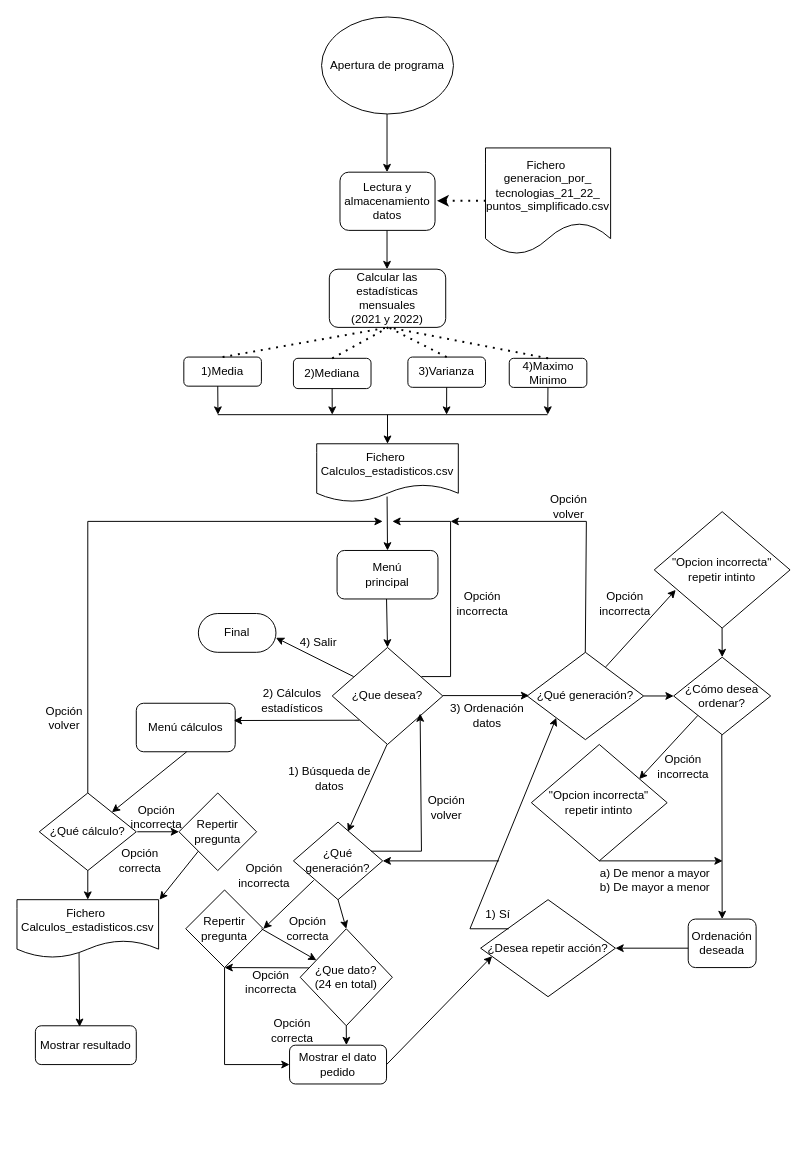
aigora/tw_E10X_2022_2023-la_resistencia keeps this draw.io diagram as Diagramas de flujo/Diagrama de flujo.drawio. Above is the earlier version. Source tidied: cells renumbered, new cells numbered last; positions are measured from the earlier drawing's top-left corner, leaving out a move shared by most shapes. Both pictures are drawn from the tidied source at 97%, with x=0, y=0 at pixel (16, 16).
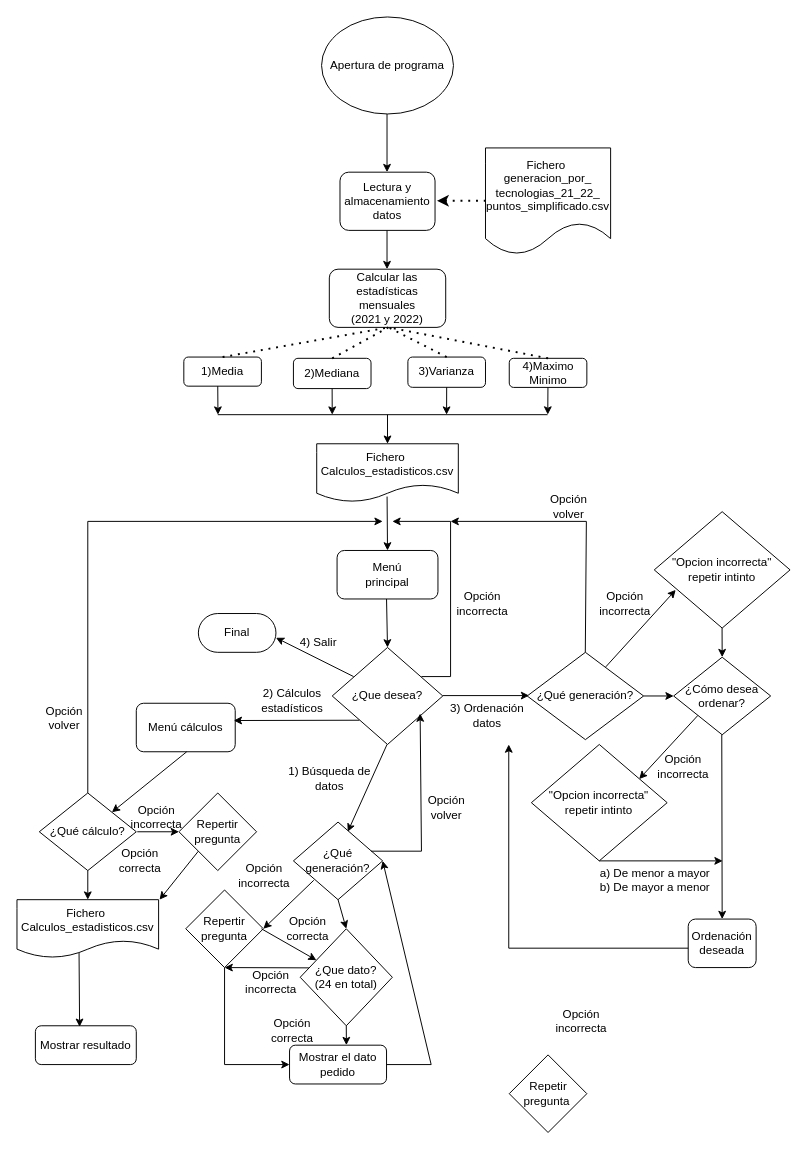
The same diagram, later.

Unchanged cells that the change refers to:
```xml
<mxCell id="13" value="¿Qué generación?" style="rhombus;whiteSpace=wrap;html=1;" parent="1" vertex="1">
  <mxGeometry x="526" y="655" width="120" height="90" as="geometry" />
</mxCell>
<mxCell id="57" value="¿Qué generación?" style="rhombus;whiteSpace=wrap;html=1;" parent="1" vertex="1">
  <mxGeometry x="285" y="830" width="92" height="80" as="geometry" />
</mxCell>
```

What changed in the source:
```diff
@@
-    <mxCell id="10" value="¿Desea repetir acción?" style="rhombus;whiteSpace=wrap;html=1;" parent="1" vertex="1">
-      <mxGeometry x="478" y="910" width="139" height="100" as="geometry" />
-    </mxCell>
@@
-    <mxCell id="52" style="endArrow=classic;html=1;rounded=0;entryX=1;entryY=0.5;entryDx=0;entryDy=0;" parent="1" edge="1" target="10">
+    <mxCell id="52" style="endArrow=classic;html=1;rounded=0;" parent="1" edge="1">
       <mxGeometry relative="1" as="geometry">
         <mxPoint x="692" y="960" as="sourcePoint" />
+        <mxPoint x="507" y="750" as="targetPoint" />
+        <Array as="points">
+          <mxPoint x="507" y="960" />
+        </Array>
       </mxGeometry>
     </mxCell>
-    <mxCell id="53" style="endArrow=classic;html=1;rounded=0;entryX=0;entryY=1;entryDx=0;entryDy=0;" parent="1" edge="1" target="13">
-      <mxGeometry relative="1" as="geometry">
-        <mxPoint x="507" y="940" as="sourcePoint" />
-        <Array as="points">
-          <mxPoint x="467" y="940" />
-        </Array>
-      </mxGeometry>
-    </mxCell>
-    <mxCell id="54" value="1) Sí" style="text;html=1;strokeColor=none;fillColor=none;align=center;verticalAlign=middle;whiteSpace=wrap;rounded=0;" parent="1" vertex="1">
-      <mxGeometry x="466" y="910" width="60" height="30" as="geometry" />
-    </mxCell>
@@
-    <mxCell id="68" style="endArrow=classic;html=1;rounded=0;entryX=0.085;entryY=0.583;entryDx=0;entryDy=0;entryPerimeter=0;" parent="1" edge="1" target="10">
+    <mxCell id="68" style="endArrow=classic;html=1;rounded=0;entryX=1;entryY=0.5;entryDx=0;entryDy=0;" parent="1" edge="1" target="57">
       <mxGeometry relative="1" as="geometry">
         <mxPoint x="381" y="1080" as="sourcePoint" />
+        <Array as="points">
+          <mxPoint x="427" y="1080" />
+        </Array>
       </mxGeometry>
     </mxCell>
-    <mxCell id="69" style="endArrow=classic;html=1;rounded=0;" parent="1" edge="1">
-      <mxGeometry relative="1" as="geometry">
-        <mxPoint x="497" y="870" as="sourcePoint" />
-        <mxPoint x="377" y="870" as="targetPoint" />
-      </mxGeometry>
-    </mxCell>
@@
+    <mxCell id="91" value="Opción incorrecta" style="text;html=1;strokeColor=none;fillColor=none;align=center;verticalAlign=middle;whiteSpace=wrap;rounded=0;" parent="1" vertex="1">
+      <mxGeometry x="552" y="1020" width="60" height="30" as="geometry" />
+    </mxCell>
+    <mxCell id="92" value="Repetir pregunta&amp;nbsp;" style="rhombus;whiteSpace=wrap;html=1;" parent="1" vertex="1">
+      <mxGeometry x="507.5" y="1070" width="80" height="80" as="geometry" />
+    </mxCell>
```
